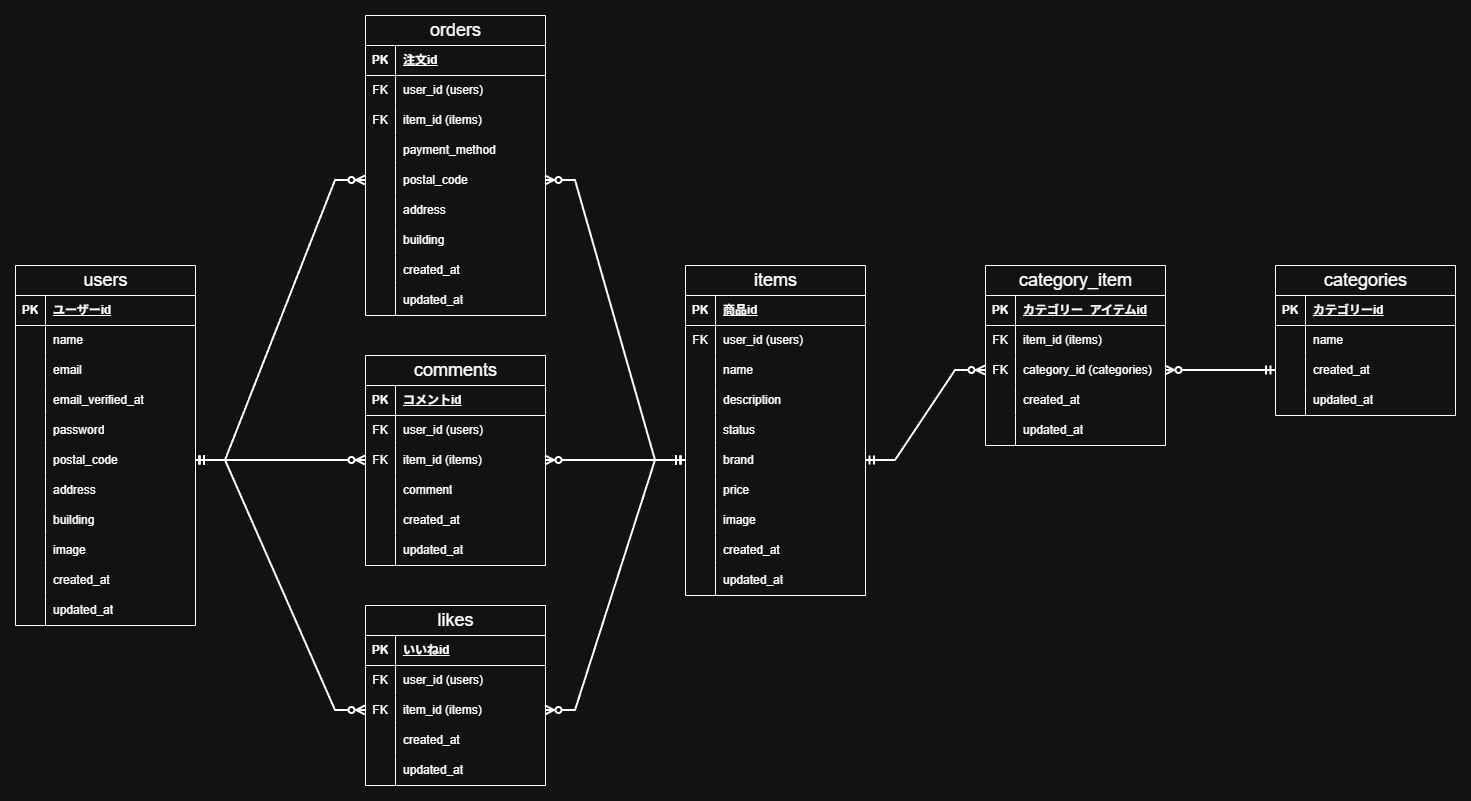
The draw.io diagram docs/er-diagram.png in omu-39/coachtech-freemarket, before a commit. Source tidied: cells renumbered, new cells last; positions are measured from the earlier drawing's top-left corner, leaving out a move shared by most shapes.
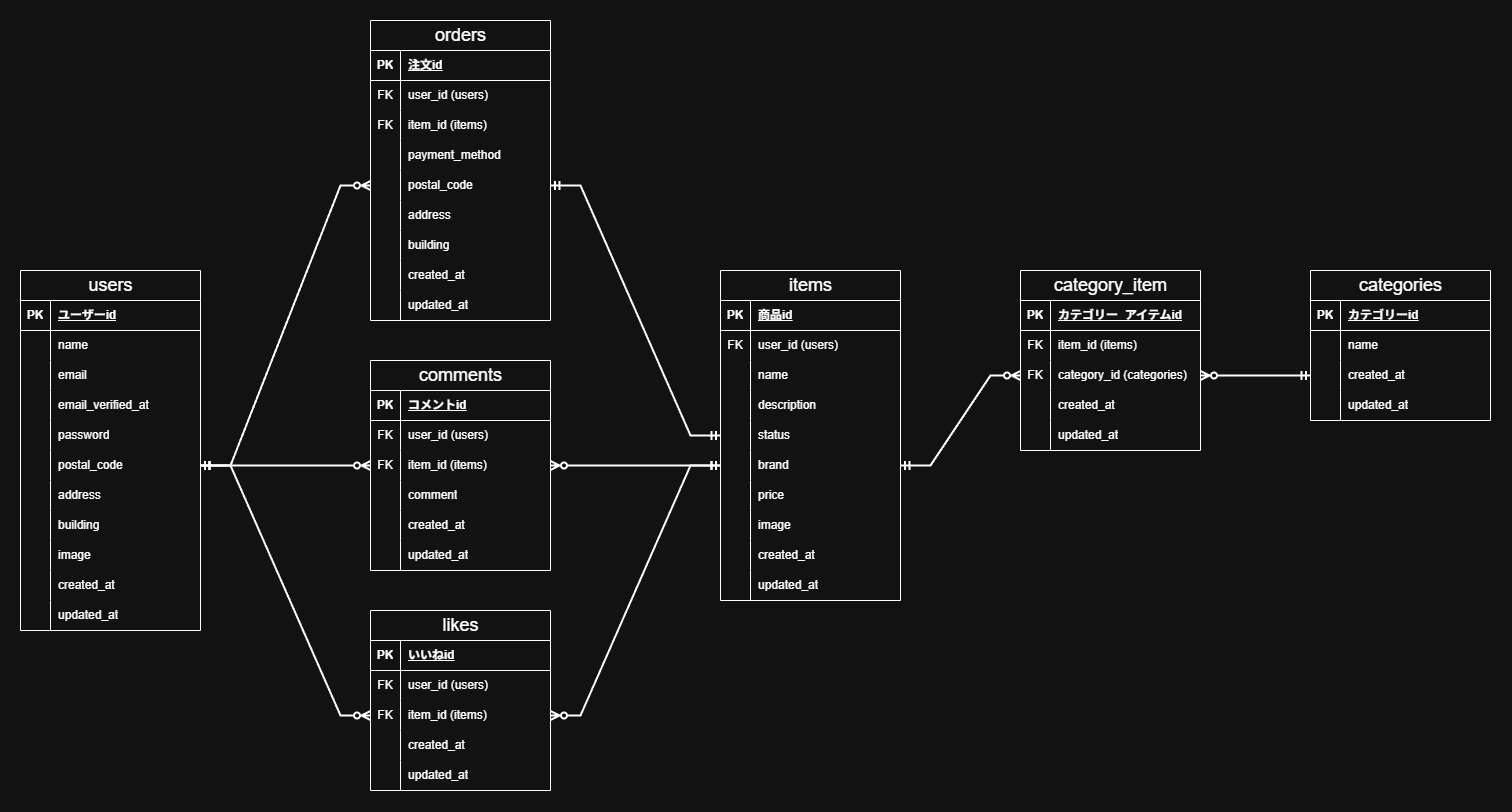
After the change.

Change to the diagram source:
```diff
@@ -105,7 +105,7 @@
       <mxGeometry x="30" width="150" height="30" as="geometry" />
     </mxCell>
     <mxCell id="36" value="categories" style="shape=table;startSize=30;rowLines=0;fontStyle=0;align=center;html=1;fontSize=18;" parent="1" vertex="1">
-      <mxGeometry x="1260" y="250" width="180" height="150" as="geometry" />
+      <mxGeometry x="1290" y="250" width="180" height="150" as="geometry" />
     </mxCell>
     <mxCell id="37" style="shape=tableRow;horizontal=0;startSize=0;swimlaneHead=0;swimlaneBody=0;fillColor=none;top=0;left=0;right=0;bottom=1;" parent="36" vertex="1">
       <mxGeometry y="30" width="180" height="30" as="geometry" />
@@ -144,7 +144,7 @@
       <mxGeometry x="30" width="150" height="30" as="geometry" />
     </mxCell>
     <mxCell id="49" value="items" style="shape=table;startSize=30;rowLines=0;fontStyle=0;align=center;html=1;fontSize=18;" parent="1" vertex="1">
-      <mxGeometry x="670" y="250" width="180" height="330" as="geometry" />
+      <mxGeometry x="700" y="250" width="180" height="330" as="geometry" />
     </mxCell>
     <mxCell id="50" style="shape=tableRow;horizontal=0;startSize=0;swimlaneHead=0;swimlaneBody=0;fillColor=none;top=0;left=0;right=0;bottom=1;" parent="49" vertex="1">
       <mxGeometry y="30" width="180" height="30" as="geometry" />
@@ -342,7 +342,7 @@
       <mxGeometry x="30" width="150" height="30" as="geometry" />
     </mxCell>
     <mxCell id="115" value="category_item" style="shape=table;startSize=30;rowLines=0;fontStyle=0;align=center;html=1;fontSize=18;" parent="1" vertex="1">
-      <mxGeometry x="970" y="250" width="180" height="180" as="geometry" />
+      <mxGeometry x="1000" y="250" width="180" height="180" as="geometry" />
     </mxCell>
     <mxCell id="116" style="shape=tableRow;horizontal=0;startSize=0;swimlaneHead=0;swimlaneBody=0;fillColor=none;top=0;left=0;right=0;bottom=1;" parent="115" vertex="1">
       <mxGeometry y="30" width="180" height="30" as="geometry" />
@@ -482,7 +482,7 @@
     <mxCell id="161" style="edgeStyle=entityRelationEdgeStyle;fontSize=12;html=1;endArrow=ERzeroToMany;startArrow=ERmandOne;rounded=0;exitX=1;exitY=0.5;exitDx=0;exitDy=0;entryX=0;entryY=0.5;entryDx=0;entryDy=0;strokeWidth=2;endFill=0;" parent="1" edge="1" source="18" target="87">
       <mxGeometry relative="1" as="geometry" />
     </mxCell>
-    <mxCell id="162" style="edgeStyle=entityRelationEdgeStyle;fontSize=12;html=1;endArrow=ERzeroToMany;startArrow=ERmandOne;rounded=0;exitX=0;exitY=0.5;exitDx=0;exitDy=0;entryX=1;entryY=0.5;entryDx=0;entryDy=0;strokeWidth=2;endFill=0;" parent="1" edge="1" source="65" target="144">
+    <mxCell id="162" style="edgeStyle=entityRelationEdgeStyle;fontSize=12;html=1;endArrow=ERmandOne;startArrow=ERmandOne;rounded=0;exitX=0;exitY=0.5;exitDx=0;exitDy=0;entryX=1;entryY=0.5;entryDx=0;entryDy=0;strokeWidth=2;endFill=0;" parent="1" edge="1" source="62" target="144">
       <mxGeometry relative="1" as="geometry" />
     </mxCell>
     <mxCell id="163" style="edgeStyle=entityRelationEdgeStyle;fontSize=12;html=1;endArrow=ERzeroToMany;startArrow=ERmandOne;rounded=0;exitX=0;exitY=0.5;exitDx=0;exitDy=0;entryX=1;entryY=0.5;entryDx=0;entryDy=0;strokeWidth=2;endFill=0;" parent="1" edge="1" source="65" target="103">
```
